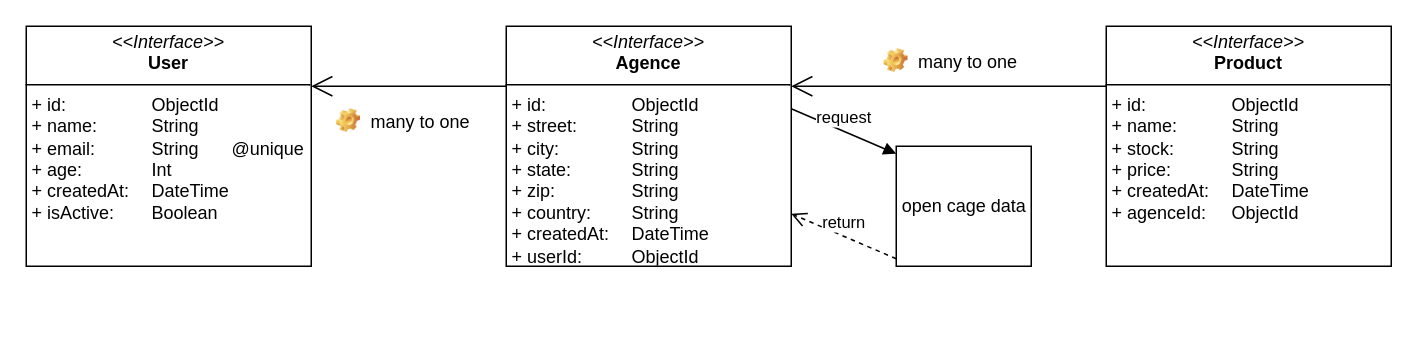
Earlier version of the draw.io diagram Diagramme ULM.drawio (Pierre-FABIEN/TEST). Source tidied: cells renumbered, new cells numbered last; positions are measured from the earlier drawing's top-left corner, leaving out a move shared by most shapes. Both pictures are drawn from the tidied source at 150%, with x=0, y=0 at pixel (26, 26).
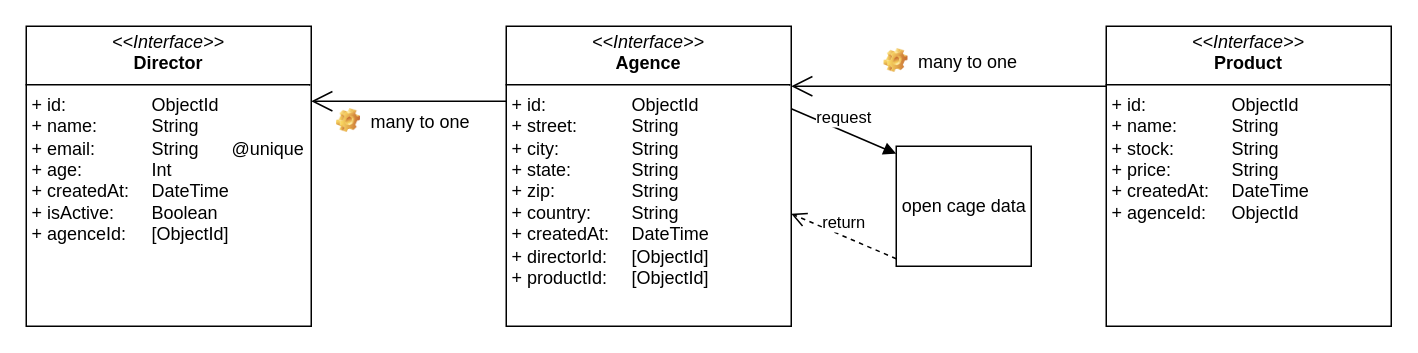
The same diagram, later.

Commit message:
fix: correction of values ULM

What changed in the source:
```diff
@@
 <mxGraphModel>
   <root>
     <mxCell id="0" />
     <mxCell id="1" parent="0" />
-    <mxCell id="2" value="&lt;p style=&quot;margin:0px;margin-top:4px;text-align:center;&quot;&gt;&lt;i&gt;&amp;lt;&amp;lt;Interface&amp;gt;&amp;gt;&lt;/i&gt;&lt;br&gt;&lt;b&gt;User&lt;/b&gt;&lt;/p&gt;&lt;hr size=&quot;1&quot; style=&quot;border-style:solid;&quot;&gt;&lt;p style=&quot;margin:0px;margin-left:4px;&quot;&gt;+ id: &lt;span style=&quot;white-space: pre;&quot;&gt;&#9;&lt;/span&gt;&lt;span style=&quot;white-space: pre;&quot;&gt;&#9;&lt;/span&gt;ObjectId&lt;br&gt;+ name: &lt;span style=&quot;white-space: pre;&quot;&gt;&#9;&lt;span style=&quot;white-space: pre;&quot;&gt;&#9;&lt;/span&gt;&lt;/span&gt;String&lt;/p&gt;&lt;p style=&quot;margin:0px;margin-left:4px;&quot;&gt;+ email: &lt;span style=&quot;white-space: pre;&quot;&gt;&#9;&lt;span style=&quot;white-space: pre;&quot;&gt;&#9;&lt;/span&gt;&lt;/span&gt;String&lt;span style=&quot;white-space: pre;&quot;&gt;&#9;&lt;/span&gt;@unique&lt;br&gt;&lt;/p&gt;&lt;p style=&quot;margin:0px;margin-left:4px;&quot;&gt;+ age: &lt;span style=&quot;white-space: pre;&quot;&gt;&#9;&lt;span style=&quot;white-space: pre;&quot;&gt;&#9;&lt;/span&gt;I&lt;/span&gt;nt&lt;br&gt;&lt;/p&gt;&lt;p style=&quot;margin:0px;margin-left:4px;&quot;&gt;+ createdAt: &lt;span style=&quot;white-space: pre;&quot;&gt;&#9;&lt;/span&gt;DateTime&lt;/p&gt;&lt;p style=&quot;margin:0px;margin-left:4px;&quot;&gt;+ isActive: &lt;span style=&quot;white-space: pre;&quot;&gt;&#9;&lt;/span&gt;Boolean&lt;br&gt;&lt;/p&gt;" style="verticalAlign=top;align=left;overflow=fill;html=1;whiteSpace=wrap;" parent="1" vertex="1">
-      <mxGeometry width="190" height="160" as="geometry" />
+    <mxCell id="2" value="&lt;p style=&quot;margin:0px;margin-top:4px;text-align:center;&quot;&gt;&lt;i&gt;&amp;lt;&amp;lt;Interface&amp;gt;&amp;gt;&lt;/i&gt;&lt;br&gt;&lt;b&gt;Director&lt;/b&gt;&lt;/p&gt;&lt;hr size=&quot;1&quot; style=&quot;border-style:solid;&quot;&gt;&lt;p style=&quot;margin:0px;margin-left:4px;&quot;&gt;+ id: &lt;span style=&quot;white-space: pre;&quot;&gt;&#9;&lt;/span&gt;&lt;span style=&quot;white-space: pre;&quot;&gt;&#9;&lt;/span&gt;ObjectId&lt;br&gt;+ name: &lt;span style=&quot;white-space: pre;&quot;&gt;&#9;&lt;span style=&quot;white-space: pre;&quot;&gt;&#9;&lt;/span&gt;&lt;/span&gt;String&lt;/p&gt;&lt;p style=&quot;margin:0px;margin-left:4px;&quot;&gt;+ email: &lt;span style=&quot;white-space: pre;&quot;&gt;&#9;&lt;span style=&quot;white-space: pre;&quot;&gt;&#9;&lt;/span&gt;&lt;/span&gt;String&lt;span style=&quot;white-space: pre;&quot;&gt;&#9;&lt;/span&gt;@unique&lt;br&gt;&lt;/p&gt;&lt;p style=&quot;margin:0px;margin-left:4px;&quot;&gt;+ age: &lt;span style=&quot;white-space: pre;&quot;&gt;&#9;&lt;span style=&quot;white-space: pre;&quot;&gt;&#9;&lt;/span&gt;I&lt;/span&gt;nt&lt;br&gt;&lt;/p&gt;&lt;p style=&quot;margin:0px;margin-left:4px;&quot;&gt;+ createdAt: &lt;span style=&quot;white-space: pre;&quot;&gt;&#9;&lt;/span&gt;DateTime&lt;/p&gt;&lt;p style=&quot;margin:0px;margin-left:4px;&quot;&gt;+ isActive: &lt;span style=&quot;white-space: pre;&quot;&gt;&#9;&lt;/span&gt;Boolean&lt;br&gt;&lt;/p&gt;&lt;p style=&quot;margin:0px;margin-left:4px;&quot;&gt;+ agenceId:&amp;nbsp;&lt;span style=&quot;white-space: pre;&quot;&gt;&#9;&lt;/span&gt;[ObjectId]&lt;/p&gt;" style="verticalAlign=top;align=left;overflow=fill;html=1;whiteSpace=wrap;" parent="1" vertex="1">
+      <mxGeometry width="190" height="200" as="geometry" />
     </mxCell>
-    <mxCell id="3" value="&lt;p style=&quot;margin:0px;margin-top:4px;text-align:center;&quot;&gt;&lt;i&gt;&amp;lt;&amp;lt;Interface&amp;gt;&amp;gt;&lt;/i&gt;&lt;br&gt;&lt;b&gt;Agence&lt;/b&gt;&lt;/p&gt;&lt;hr size=&quot;1&quot; style=&quot;border-style:solid;&quot;&gt;&lt;p style=&quot;margin:0px;margin-left:4px;&quot;&gt;+ id: &lt;span style=&quot;white-space: pre;&quot;&gt;&#9;&lt;/span&gt;&lt;span style=&quot;white-space: pre;&quot;&gt;&#9;&lt;/span&gt;ObjectId&lt;br&gt;+ street: &lt;span style=&quot;white-space: pre;&quot;&gt;&#9;&lt;span style=&quot;white-space: pre;&quot;&gt;&#9;&lt;/span&gt;&lt;/span&gt;String&lt;/p&gt;&lt;p style=&quot;margin:0px;margin-left:4px;&quot;&gt;+ city: &lt;span style=&quot;white-space: pre;&quot;&gt;&#9;&lt;span style=&quot;white-space: pre;&quot;&gt;&#9;&lt;/span&gt;&lt;/span&gt;String&lt;span style=&quot;white-space: pre;&quot;&gt;&#9;&lt;/span&gt;&lt;br&gt;&lt;/p&gt;&lt;p style=&quot;margin:0px;margin-left:4px;&quot;&gt;+ state: &lt;span style=&quot;white-space: pre;&quot;&gt;&#9;&lt;span style=&quot;white-space: pre;&quot;&gt;&#9;&lt;/span&gt;&lt;/span&gt;&lt;span style=&quot;background-color: initial;&quot;&gt;String&lt;/span&gt;&lt;/p&gt;&lt;p style=&quot;margin:0px;margin-left:4px;&quot;&gt;&lt;span style=&quot;background-color: initial;&quot;&gt;+ zip:&lt;/span&gt;&lt;span style=&quot;background-color: initial;&quot;&gt;&amp;nbsp;&lt;/span&gt;&lt;span style=&quot;background-color: initial; white-space: pre;&quot;&gt;&#9;&lt;span style=&quot;white-space: pre;&quot;&gt;&#9;&lt;/span&gt;&lt;/span&gt;&lt;span style=&quot;background-color: initial;&quot;&gt;String&lt;/span&gt;&lt;/p&gt;&lt;p style=&quot;margin:0px;margin-left:4px;&quot;&gt;&lt;span style=&quot;background-color: initial;&quot;&gt;+ country:&lt;/span&gt;&lt;span style=&quot;background-color: initial;&quot;&gt;&amp;nbsp;&lt;/span&gt;&lt;span style=&quot;background-color: initial; white-space: pre;&quot;&gt;&#9;&lt;/span&gt;&lt;span style=&quot;background-color: initial;&quot;&gt;String&lt;/span&gt;&lt;span style=&quot;background-color: initial; white-space: pre;&quot;&gt;&#9;&lt;/span&gt;&lt;br&gt;&lt;/p&gt;&lt;p style=&quot;margin:0px;margin-left:4px;&quot;&gt;+ createdAt:&amp;nbsp;&lt;span style=&quot;white-space: pre;&quot;&gt;&#9;&lt;/span&gt;DateTime&lt;br&gt;&lt;/p&gt;&lt;p style=&quot;margin:0px;margin-left:4px;&quot;&gt;+ userId: &lt;span style=&quot;white-space: pre;&quot;&gt;&#9;&lt;span style=&quot;white-space: pre;&quot;&gt;&#9;&lt;/span&gt;&lt;/span&gt;&lt;span style=&quot;background-color: initial;&quot;&gt;ObjectId&lt;/span&gt;&lt;/p&gt;&lt;p style=&quot;margin:0px;margin-left:4px;&quot;&gt;&lt;br&gt;&lt;/p&gt;" style="verticalAlign=top;align=left;overflow=fill;html=1;whiteSpace=wrap;" parent="1" vertex="1">
-      <mxGeometry x="320" width="190" height="160" as="geometry" />
+    <mxCell id="3" value="&lt;p style=&quot;margin:0px;margin-top:4px;text-align:center;&quot;&gt;&lt;i&gt;&amp;lt;&amp;lt;Interface&amp;gt;&amp;gt;&lt;/i&gt;&lt;br&gt;&lt;b&gt;Agence&lt;/b&gt;&lt;/p&gt;&lt;hr size=&quot;1&quot; style=&quot;border-style:solid;&quot;&gt;&lt;p style=&quot;margin:0px;margin-left:4px;&quot;&gt;+ id: &lt;span style=&quot;white-space: pre;&quot;&gt;&#9;&lt;/span&gt;&lt;span style=&quot;white-space: pre;&quot;&gt;&#9;&lt;/span&gt;ObjectId&lt;br&gt;+ street: &lt;span style=&quot;white-space: pre;&quot;&gt;&#9;&lt;span style=&quot;white-space: pre;&quot;&gt;&#9;&lt;/span&gt;&lt;/span&gt;String&lt;/p&gt;&lt;p style=&quot;margin:0px;margin-left:4px;&quot;&gt;+ city: &lt;span style=&quot;white-space: pre;&quot;&gt;&#9;&lt;span style=&quot;white-space: pre;&quot;&gt;&#9;&lt;/span&gt;&lt;/span&gt;String&lt;span style=&quot;white-space: pre;&quot;&gt;&#9;&lt;/span&gt;&lt;br&gt;&lt;/p&gt;&lt;p style=&quot;margin:0px;margin-left:4px;&quot;&gt;+ state: &lt;span style=&quot;white-space: pre;&quot;&gt;&#9;&lt;span style=&quot;white-space: pre;&quot;&gt;&#9;&lt;/span&gt;&lt;/span&gt;&lt;span style=&quot;background-color: initial;&quot;&gt;String&lt;/span&gt;&lt;/p&gt;&lt;p style=&quot;margin:0px;margin-left:4px;&quot;&gt;&lt;span style=&quot;background-color: initial;&quot;&gt;+ zip:&lt;/span&gt;&lt;span style=&quot;background-color: initial;&quot;&gt;&amp;nbsp;&lt;/span&gt;&lt;span style=&quot;background-color: initial; white-space: pre;&quot;&gt;&#9;&lt;span style=&quot;white-space: pre;&quot;&gt;&#9;&lt;/span&gt;&lt;/span&gt;&lt;span style=&quot;background-color: initial;&quot;&gt;String&lt;/span&gt;&lt;/p&gt;&lt;p style=&quot;margin:0px;margin-left:4px;&quot;&gt;&lt;span style=&quot;background-color: initial;&quot;&gt;+ country:&lt;/span&gt;&lt;span style=&quot;background-color: initial;&quot;&gt;&amp;nbsp;&lt;/span&gt;&lt;span style=&quot;background-color: initial; white-space: pre;&quot;&gt;&#9;&lt;/span&gt;&lt;span style=&quot;background-color: initial;&quot;&gt;String&lt;/span&gt;&lt;span style=&quot;background-color: initial; white-space: pre;&quot;&gt;&#9;&lt;/span&gt;&lt;br&gt;&lt;/p&gt;&lt;p style=&quot;margin:0px;margin-left:4px;&quot;&gt;+ createdAt:&amp;nbsp;&lt;span style=&quot;white-space: pre;&quot;&gt;&#9;&lt;/span&gt;DateTime&lt;br&gt;&lt;/p&gt;&lt;p style=&quot;margin:0px;margin-left:4px;&quot;&gt;+ directorId:&amp;nbsp;&lt;span style=&quot;white-space: pre;&quot;&gt;&#9;&lt;/span&gt;[ObjectId]&lt;br&gt;&lt;/p&gt;&lt;p style=&quot;margin:0px;margin-left:4px;&quot;&gt;+ productId:&amp;nbsp;&lt;span style=&quot;white-space: pre;&quot;&gt;&#9;&lt;/span&gt;[ObjectId]&lt;br&gt;&lt;/p&gt;" style="verticalAlign=top;align=left;overflow=fill;html=1;whiteSpace=wrap;" parent="1" vertex="1">
+      <mxGeometry x="320" width="190" height="200" as="geometry" />
     </mxCell>
     <mxCell id="4" style="endArrow=open;endFill=1;endSize=12;html=1;rounded=0;exitX=0;exitY=0.25;exitDx=0;exitDy=0;entryX=1;entryY=0.25;entryDx=0;entryDy=0;" parent="1" edge="1" source="3" target="2">
       <mxGeometry relative="1" as="geometry" />
     </mxCell>
     <mxCell id="5" value="many to one" style="label;fontStyle=0;strokeColor=none;fillColor=none;align=left;verticalAlign=top;overflow=hidden;spacingLeft=28;spacingRight=4;imageWidth=16;imageHeight=16;whiteSpace=wrap;html=1;image=img/clipart/Gear_128x128.png;" parent="1" vertex="1">
       <mxGeometry x="200" y="50" width="120" height="26" as="geometry" />
     </mxCell>
     <mxCell id="6" value="open cage data" style="html=1;points=[[0,0,0,0,5],[0,1,0,0,-5],[1,0,0,0,5],[1,1,0,0,-5]];perimeter=orthogonalPerimeter;outlineConnect=0;targetShapes=umlLifeline;portConstraint=eastwest;newEdgeStyle={&quot;curved&quot;:0,&quot;rounded&quot;:0};" parent="1" vertex="1">
       <mxGeometry x="580" y="80" width="90" height="80" as="geometry" />
     </mxCell>
     <mxCell id="7" value="request" style="html=1;verticalAlign=bottom;endArrow=block;curved=0;rounded=0;entryX=0;entryY=0;entryDx=0;entryDy=5;" parent="1" edge="1" target="6">
       <mxGeometry relative="1" as="geometry">
         <mxPoint x="510" y="55" as="sourcePoint" />
       </mxGeometry>
     </mxCell>
     <mxCell id="8" value="return" style="html=1;verticalAlign=bottom;endArrow=open;dashed=1;endSize=8;curved=0;rounded=0;exitX=0;exitY=1;exitDx=0;exitDy=-5;" parent="1" edge="1" source="6">
       <mxGeometry relative="1" as="geometry">
         <mxPoint x="510" y="125" as="targetPoint" />
       </mxGeometry>
     </mxCell>
     <mxCell id="9" value="&lt;p style=&quot;margin:0px;margin-top:4px;text-align:center;&quot;&gt;&lt;i&gt;&amp;lt;&amp;lt;Interface&amp;gt;&amp;gt;&lt;/i&gt;&lt;br&gt;&lt;b&gt;Product&lt;/b&gt;&lt;/p&gt;&lt;hr size=&quot;1&quot; style=&quot;border-style:solid;&quot;&gt;&lt;p style=&quot;margin:0px;margin-left:4px;&quot;&gt;+ id: &lt;span style=&quot;white-space: pre;&quot;&gt;&#9;&lt;/span&gt;&lt;span style=&quot;white-space: pre;&quot;&gt;&#9;&lt;/span&gt;ObjectId&lt;br&gt;+ name: &lt;span style=&quot;white-space: pre;&quot;&gt;&#9;&lt;span style=&quot;white-space: pre;&quot;&gt;&#9;&lt;/span&gt;&lt;/span&gt;String&lt;/p&gt;&lt;p style=&quot;margin:0px;margin-left:4px;&quot;&gt;+ stock: &lt;span style=&quot;white-space: pre;&quot;&gt;&#9;&lt;span style=&quot;white-space: pre;&quot;&gt;&#9;&lt;/span&gt;&lt;/span&gt;String&lt;span style=&quot;white-space: pre;&quot;&gt;&#9;&lt;/span&gt;&lt;br&gt;&lt;/p&gt;&lt;p style=&quot;margin:0px;margin-left:4px;&quot;&gt;+ price: &lt;span style=&quot;white-space: pre;&quot;&gt;&#9;&lt;span style=&quot;white-space: pre;&quot;&gt;&#9;&lt;/span&gt;&lt;/span&gt;&lt;span style=&quot;background-color: initial;&quot;&gt;String&lt;/span&gt;&lt;/p&gt;&lt;p style=&quot;margin:0px;margin-left:4px;&quot;&gt;+ createdAt:&amp;nbsp;&lt;span style=&quot;white-space: pre;&quot;&gt;&#9;&lt;/span&gt;DateTime&lt;span style=&quot;background-color: initial;&quot;&gt;&lt;br&gt;&lt;/span&gt;&lt;/p&gt;&lt;p style=&quot;margin:0px;margin-left:4px;&quot;&gt;&lt;span style=&quot;background-color: initial;&quot;&gt;+ agenceId:&lt;/span&gt;&lt;span style=&quot;background-color: initial; white-space: pre;&quot;&gt;&#9;&lt;/span&gt;&lt;span style=&quot;background-color: initial;&quot;&gt;ObjectId&lt;/span&gt;&lt;/p&gt;&lt;p style=&quot;margin:0px;margin-left:4px;&quot;&gt;&lt;br&gt;&lt;/p&gt;" style="verticalAlign=top;align=left;overflow=fill;html=1;whiteSpace=wrap;" parent="1" vertex="1">
-      <mxGeometry x="720" width="190" height="160" as="geometry" />
+      <mxGeometry x="720" width="190" height="200" as="geometry" />
     </mxCell>
-    <mxCell id="10" style="endArrow=open;endFill=1;endSize=12;html=1;rounded=0;exitX=0;exitY=0.25;exitDx=0;exitDy=0;entryX=1;entryY=0.25;entryDx=0;entryDy=0;" parent="1" edge="1" target="3">
+    <mxCell id="10" style="endArrow=open;endFill=1;endSize=12;html=1;rounded=0;exitX=0;exitY=0.25;exitDx=0;exitDy=0;" parent="1" edge="1">
       <mxGeometry relative="1" as="geometry">
         <mxPoint x="720" y="40" as="sourcePoint" />
+        <mxPoint x="510" y="40" as="targetPoint" />
       </mxGeometry>
     </mxCell>
     <mxCell id="11" value="many to one" style="label;fontStyle=0;strokeColor=none;fillColor=none;align=left;verticalAlign=top;overflow=hidden;spacingLeft=28;spacingRight=4;imageWidth=16;imageHeight=16;whiteSpace=wrap;html=1;image=img/clipart/Gear_128x128.png;" parent="1" vertex="1">
       <mxGeometry x="565" y="10" width="120" height="26" as="geometry" />
     </mxCell>
   </root>
 </mxGraphModel>
```
